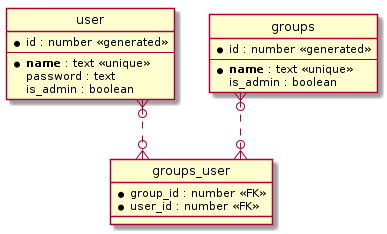
The PlantUML diagram docs/erd.png in einacio/fakix, before a commit. Its diagram source:
```plantuml
@startuml
hide circle

skinparam linetype ortho

entity "user" as e01 {
  *id : number <<generated>>
  --
  * **name** : text <<unique>>
  password : text
  is_admin : boolean
}

entity "groups" as e02 {
  *id : number <<generated>>
  --
  * **name** : text <<unique>>
is_admin : boolean
}

entity "groups_user" as e03 {
  *group_id : number <<FK>>
  *user_id : number <<FK>>
}

e01 }o..o{ e03
e02 }o..o{ e03
@enduml
```
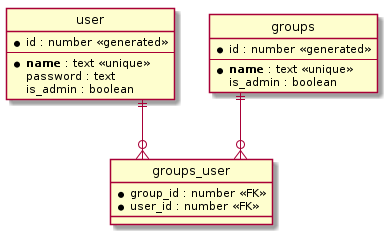
Later version of the same file.

What changed in the source:
```diff
@@ -23,6 +23,6 @@
   *user_id : number <<FK>>
 }
 
-e01 }o..o{ e03
-e02 }o..o{ e03
+e01 ||--o{ e03
+e02 ||--o{ e03
 @enduml
```
